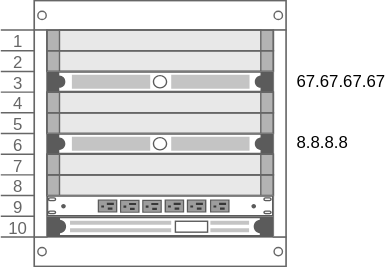
This is docs/blog/posts/2025-11-23-live-server-rack-diagrams/rack-diagram.drawio.svg from connor-stewarty/connor-stewarty.github.io, a draw.io export, as it was before one commit. Source tidied: cells renumbered, new cells last; positions are measured from the earlier drawing's top-left corner, leaving out a move shared by most shapes.
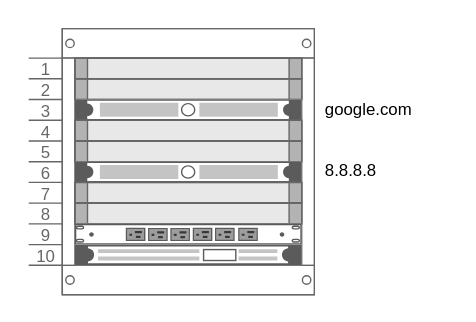
Above is the later version.

Diff of the diagram source:
```diff
@@ -11,9 +11,9 @@
     <mxCell id="4" style="strokeColor=#666666;html=1;labelPosition=right;align=left;spacingLeft=15;shadow=0;dashed=0;shape=mxgraph.rackGeneral.plate;fillColor=#e8e8e8;" parent="2" vertex="1">
       <mxGeometry x="33" y="35.8" width="162" height="14.8" as="geometry" />
     </mxCell>
-    <mxCell id="5" value="67.67.67.67" style="strokeColor=#666666;html=1;labelPosition=right;align=left;spacingLeft=15;shadow=0;dashed=0;shape=mxgraph.rack.general.1u_rack_server;" parent="2" vertex="1">
-      <mxGeometry x="33" y="50.6" width="162" height="14.8" as="geometry" />
-    </mxCell>
+    <mxCell id="13" value="google.com" style="strokeColor=#666666;html=1;labelPosition=right;align=left;spacingLeft=15;shadow=0;dashed=0;shape=mxgraph.rack.general.1u_rack_server;" parent="2" vertex="1">
+      <mxGeometry x="33" y="50.6" width="162" height="14.8" as="geometry" />
+    </mxCell>
     <mxCell id="6" style="strokeColor=#666666;html=1;labelPosition=right;align=left;spacingLeft=15;shadow=0;dashed=0;shape=mxgraph.rackGeneral.plate;fillColor=#e8e8e8;" parent="2" vertex="1">
       <mxGeometry x="33" y="65.4" width="162" height="14.8" as="geometry" />
     </mxCell>
@@ -35,5 +35,8 @@
     <mxCell id="12" style="shape=mxgraph.rack.apc.apc_smart_ups_750_va_1u;html=1;labelPosition=right;align=left;spacingLeft=15;dashed=0;shadow=0;fillColor=#ffffff;" parent="2" vertex="1">
       <mxGeometry x="33" y="154.2" width="162" height="14.8" as="geometry" />
     </mxCell>
+    <mxCell id="14" style="rounded=0;whiteSpace=wrap;html=1;fillColor=none;strokeColor=none;" parent="1" vertex="1">
+      <mxGeometry x="-20" y="-20" width="340" height="230" as="geometry" />
+    </mxCell>
   </root>
 </mxGraphModel>
```
